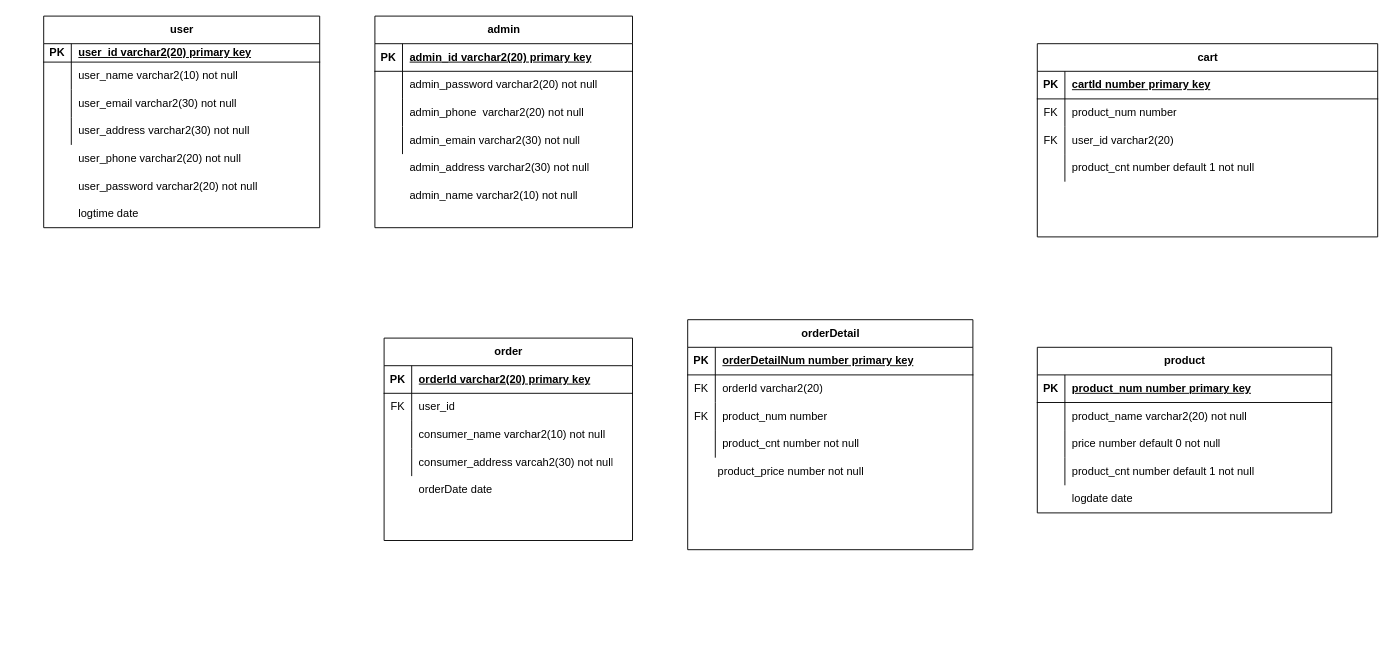
jjh319/Homework keeps this draw.io diagram as 제목 없는 다이어그램.drawio. Above is the earlier version. Source tidied: cells renumbered, new cells numbered last; positions are measured from the earlier drawing's top-left corner, leaving out a move shared by most shapes. Both pictures are drawn from the tidied source at 92%, with x=0, y=0 at pixel (43, 16).
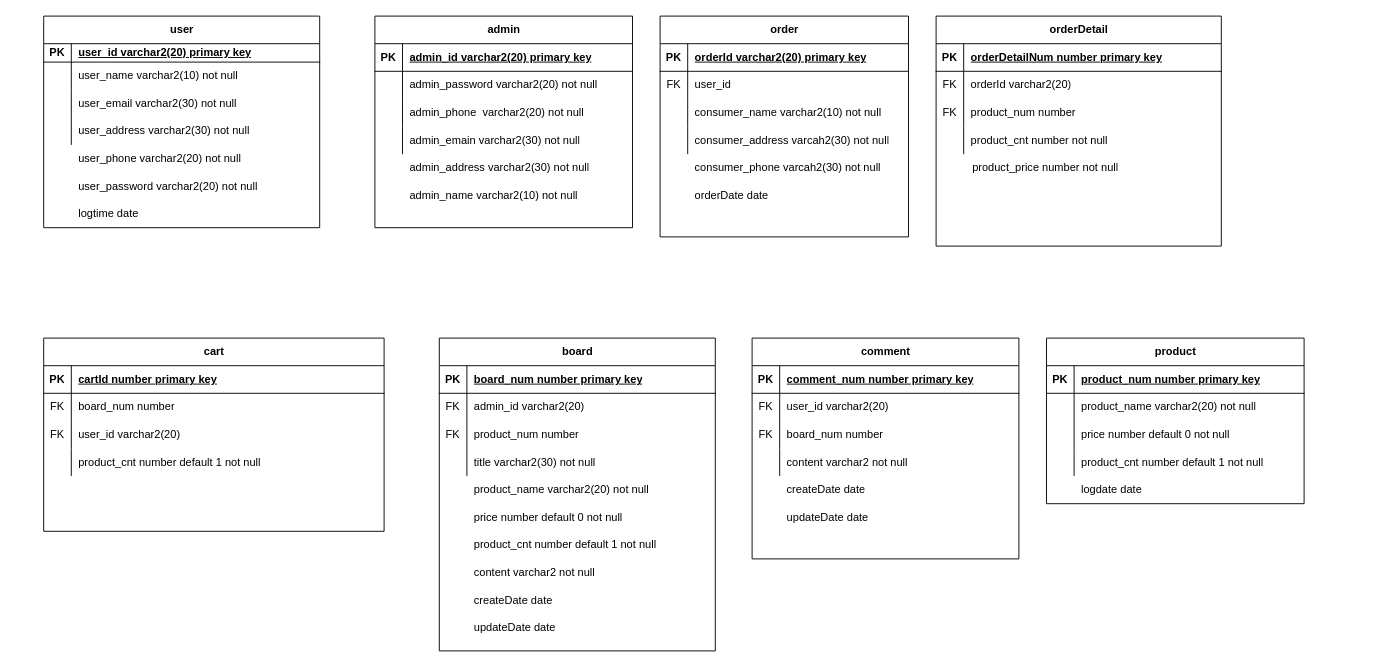
The same page after the edit.

Commit message (it also covers changes not shown here):
테이블 설계

Unchanged cells that the change refers to:
```xml
<mxCell id="36" style="shape=tableRow;horizontal=0;startSize=0;swimlaneHead=0;swimlaneBody=0;fillColor=none;top=0;left=0;right=0;bottom=0;" parent="32" vertex="1">
  <mxGeometry y="60" width="370" height="30" as="geometry" />
</mxCell>
```

What changed in the source:
```diff
@@
     <mxCell id="2" value="product" style="shape=table;startSize=30;childLayout=tableLayout;rowLines=0;fontStyle=1;align=center;html=1;" parent="1" vertex="1">
-      <mxGeometry x="1080" y="360" width="320" height="180" as="geometry" />
+      <mxGeometry x="1090" y="350" width="280" height="180" as="geometry" />
     </mxCell>
     <mxCell id="3" style="shape=tableRow;horizontal=0;startSize=0;swimlaneHead=0;swimlaneBody=0;fillColor=none;top=0;left=0;right=0;bottom=1;" parent="2" vertex="1">
-      <mxGeometry y="30" width="320" height="30" as="geometry" />
+      <mxGeometry y="30" width="280" height="30" as="geometry" />
     </mxCell>
@@
     <mxCell id="5" value="product_num number primary key" style="shape=partialRectangle;fillColor=none;top=0;left=0;bottom=0;right=0;align=left;spacingLeft=6;fontStyle=5;overflow=hidden;whiteSpace=wrap;html=1;" parent="3" vertex="1">
-      <mxGeometry x="30" width="290" height="30" as="geometry" />
+      <mxGeometry x="30" width="250" height="30" as="geometry" />
     </mxCell>
     <mxCell id="6" style="shape=tableRow;horizontal=0;startSize=0;swimlaneHead=0;swimlaneBody=0;fillColor=none;top=0;left=0;right=0;bottom=0;" parent="2" vertex="1">
-      <mxGeometry y="60" width="320" height="30" as="geometry" />
+      <mxGeometry y="60" width="280" height="30" as="geometry" />
     </mxCell>
@@
     <mxCell id="8" value="product_name varchar2(20) not null" style="shape=partialRectangle;fillColor=none;top=0;left=0;bottom=0;right=0;align=left;spacingLeft=6;overflow=hidden;whiteSpace=wrap;html=1;" parent="6" vertex="1">
-      <mxGeometry x="30" width="290" height="30" as="geometry" />
+      <mxGeometry x="30" width="250" height="30" as="geometry" />
     </mxCell>
     <mxCell id="9" style="shape=tableRow;horizontal=0;startSize=0;swimlaneHead=0;swimlaneBody=0;fillColor=none;top=0;left=0;right=0;bottom=0;" parent="2" vertex="1">
-      <mxGeometry y="90" width="320" height="30" as="geometry" />
+      <mxGeometry y="90" width="280" height="30" as="geometry" />
     </mxCell>
@@
     <mxCell id="11" value="price number default 0 not null" style="shape=partialRectangle;fillColor=none;top=0;left=0;bottom=0;right=0;align=left;spacingLeft=6;overflow=hidden;whiteSpace=wrap;html=1;" parent="9" vertex="1">
-      <mxGeometry x="30" width="290" height="30" as="geometry" />
+      <mxGeometry x="30" width="250" height="30" as="geometry" />
     </mxCell>
     <mxCell id="12" style="shape=tableRow;horizontal=0;startSize=0;swimlaneHead=0;swimlaneBody=0;fillColor=none;top=0;left=0;right=0;bottom=0;" parent="2" vertex="1">
-      <mxGeometry y="120" width="320" height="30" as="geometry" />
+      <mxGeometry y="120" width="280" height="30" as="geometry" />
     </mxCell>
@@
     <mxCell id="14" value="product_cnt number default 1 not null" style="shape=partialRectangle;fillColor=none;top=0;left=0;bottom=0;right=0;align=left;spacingLeft=6;overflow=hidden;whiteSpace=wrap;html=1;" parent="12" vertex="1">
-      <mxGeometry x="30" width="290" height="30" as="geometry" />
+      <mxGeometry x="30" width="250" height="30" as="geometry" />
     </mxCell>
@@
-    <mxCell id="28" style="shape=tableRow;horizontal=0;startSize=0;swimlaneHead=0;swimlaneBody=0;fillColor=none;top=0;left=0;right=0;bottom=0;" parent="1" vertex="1">
-      <mxGeometry x="50" y="310" width="300" height="30" as="geometry" />
-    </mxCell>
-    <mxCell id="29" style="shape=partialRectangle;fillColor=none;top=0;left=0;bottom=0;right=0;overflow=hidden;whiteSpace=wrap;html=1;" parent="28" vertex="1">
-      <mxGeometry y="-70" width="30" height="30" as="geometry" />
-    </mxCell>
     <mxCell id="30" style="shape=tableRow;horizontal=0;startSize=0;swimlaneHead=0;swimlaneBody=0;fillColor=none;top=0;left=0;right=0;bottom=0;" parent="1" vertex="1">
-      <mxGeometry x="50" y="340" width="300" height="30" as="geometry" />
+      <mxGeometry x="-30" y="370" width="300" height="30" as="geometry" />
     </mxCell>
@@
     <mxCell id="32" value="cart" style="shape=table;startSize=30;childLayout=tableLayout;rowLines=0;fontStyle=1;align=center;html=1;" parent="1" vertex="1">
-      <mxGeometry x="1080" y="30" width="370" height="210" as="geometry" />
+      <mxGeometry y="350" width="370" height="210" as="geometry" />
     </mxCell>
@@
-    <mxCell id="38" value="product_num number" style="shape=partialRectangle;fillColor=none;top=0;left=0;bottom=0;right=0;align=left;spacingLeft=6;overflow=hidden;whiteSpace=wrap;html=1;" parent="36" vertex="1">
+    <mxCell id="38" value="board_num number" style="shape=partialRectangle;fillColor=none;top=0;left=0;bottom=0;right=0;align=left;spacingLeft=6;overflow=hidden;whiteSpace=wrap;html=1;" parent="36" vertex="1">
       <mxGeometry x="30" width="340" height="30" as="geometry" />
     </mxCell>
@@
     <mxCell id="45" value="logdate date" style="shape=partialRectangle;fillColor=none;top=0;left=0;bottom=0;right=0;align=left;spacingLeft=6;overflow=hidden;whiteSpace=wrap;html=1;" parent="1" vertex="1">
-      <mxGeometry x="1110" y="510" width="290" height="30" as="geometry" />
+      <mxGeometry x="1120" y="500" width="290" height="30" as="geometry" />
     </mxCell>
     <mxCell id="46" value="orderDetail" style="shape=table;startSize=30;childLayout=tableLayout;rowLines=0;fontStyle=1;align=center;html=1;" parent="1" vertex="1">
-      <mxGeometry x="700" y="330" width="310" height="250" as="geometry" />
+      <mxGeometry x="970" width="310" height="250" as="geometry" />
     </mxCell>
@@
     <mxCell id="59" style="shape=tableRow;horizontal=0;startSize=0;swimlaneHead=0;swimlaneBody=0;fillColor=none;top=0;left=0;right=0;bottom=0;" parent="1" vertex="1">
-      <mxGeometry x="710" y="490" width="310" height="30" as="geometry" />
+      <mxGeometry x="980" y="160" width="310" height="30" as="geometry" />
     </mxCell>
@@
-    <mxCell id="61" value="product_price number not null" style="shape=partialRectangle;fillColor=none;top=0;left=0;bottom=0;right=0;align=left;spacingLeft=6;overflow=hidden;whiteSpace=wrap;html=1;" parent="59" vertex="1">
-      <mxGeometry x="15" y="-10" width="280" height="30" as="geometry" />
-    </mxCell>
@@
     <mxCell id="64" value="order" style="shape=table;startSize=30;childLayout=tableLayout;rowLines=0;fontStyle=1;align=center;html=1;" parent="1" vertex="1">
-      <mxGeometry x="370" y="350" width="270" height="220" as="geometry" />
+      <mxGeometry x="670" width="270" height="240" as="geometry" />
     </mxCell>
@@
     <mxCell id="77" value="orderDate date" style="shape=partialRectangle;fillColor=none;top=0;left=0;bottom=0;right=0;align=left;spacingLeft=6;overflow=hidden;whiteSpace=wrap;html=1;" parent="1" vertex="1">
-      <mxGeometry x="400" y="500" width="240" height="30" as="geometry" />
+      <mxGeometry x="700" y="180" width="240" height="30" as="geometry" />
     </mxCell>
@@
+    <mxCell id="94" value="consumer_phone varcah2(30) not null" style="shape=partialRectangle;fillColor=none;top=0;left=0;bottom=0;right=0;align=left;spacingLeft=6;overflow=hidden;whiteSpace=wrap;html=1;" parent="1" vertex="1">
+      <mxGeometry x="700" y="150" width="240" height="30" as="geometry" />
+    </mxCell>
+    <mxCell id="61" value="&amp;nbsp; product_price number not null" style="shape=partialRectangle;fillColor=none;top=0;left=0;bottom=0;right=0;align=left;spacingLeft=6;overflow=hidden;whiteSpace=wrap;html=1;" parent="1" vertex="1">
+      <mxGeometry x="995" y="150" width="280" height="30" as="geometry" />
+    </mxCell>
+    <mxCell id="95" value="board" style="shape=table;startSize=30;childLayout=tableLayout;rowLines=0;fontStyle=1;align=center;html=1;" parent="1" vertex="1">
+      <mxGeometry x="430" y="350" width="300" height="340" as="geometry" />
+    </mxCell>
+    <mxCell id="96" style="shape=tableRow;horizontal=0;startSize=0;swimlaneHead=0;swimlaneBody=0;fillColor=none;top=0;left=0;right=0;bottom=1;" parent="95" vertex="1">
+      <mxGeometry y="30" width="300" height="30" as="geometry" />
+    </mxCell>
+    <mxCell id="97" value="PK" style="shape=partialRectangle;fillColor=none;top=0;left=0;bottom=0;right=0;fontStyle=1;overflow=hidden;whiteSpace=wrap;html=1;" parent="96" vertex="1">
+      <mxGeometry width="30" height="30" as="geometry" />
+    </mxCell>
+    <mxCell id="98" value="board_num number primary key" style="shape=partialRectangle;fillColor=none;top=0;left=0;bottom=0;right=0;align=left;spacingLeft=6;fontStyle=5;overflow=hidden;whiteSpace=wrap;html=1;" parent="96" vertex="1">
+      <mxGeometry x="30" width="270" height="30" as="geometry" />
+    </mxCell>
+    <mxCell id="99" style="shape=tableRow;horizontal=0;startSize=0;swimlaneHead=0;swimlaneBody=0;fillColor=none;top=0;left=0;right=0;bottom=0;" parent="95" vertex="1">
+      <mxGeometry y="60" width="300" height="30" as="geometry" />
+    </mxCell>
+    <mxCell id="100" value="FK" style="shape=partialRectangle;fillColor=none;top=0;left=0;bottom=0;right=0;overflow=hidden;whiteSpace=wrap;html=1;" parent="99" vertex="1">
+      <mxGeometry width="30" height="30" as="geometry" />
+    </mxCell>
+    <mxCell id="101" value="admin_id varchar2(20)" style="shape=partialRectangle;fillColor=none;top=0;left=0;bottom=0;right=0;align=left;spacingLeft=6;overflow=hidden;whiteSpace=wrap;html=1;" parent="99" vertex="1">
+      <mxGeometry x="30" width="270" height="30" as="geometry" />
+    </mxCell>
+    <mxCell id="102" style="shape=tableRow;horizontal=0;startSize=0;swimlaneHead=0;swimlaneBody=0;fillColor=none;top=0;left=0;right=0;bottom=0;" parent="95" vertex="1">
+      <mxGeometry y="90" width="300" height="30" as="geometry" />
+    </mxCell>
+    <mxCell id="103" value="FK" style="shape=partialRectangle;fillColor=none;top=0;left=0;bottom=0;right=0;overflow=hidden;whiteSpace=wrap;html=1;" parent="102" vertex="1">
+      <mxGeometry width="30" height="30" as="geometry" />
+    </mxCell>
+    <mxCell id="104" value="product_num number" style="shape=partialRectangle;fillColor=none;top=0;left=0;bottom=0;right=0;align=left;spacingLeft=6;overflow=hidden;whiteSpace=wrap;html=1;" parent="102" vertex="1">
+      <mxGeometry x="30" width="270" height="30" as="geometry" />
+    </mxCell>
+    <mxCell id="105" style="shape=tableRow;horizontal=0;startSize=0;swimlaneHead=0;swimlaneBody=0;fillColor=none;top=0;left=0;right=0;bottom=0;" parent="95" vertex="1">
+      <mxGeometry y="120" width="300" height="30" as="geometry" />
+    </mxCell>
+    <mxCell id="106" style="shape=partialRectangle;fillColor=none;top=0;left=0;bottom=0;right=0;overflow=hidden;whiteSpace=wrap;html=1;" parent="105" vertex="1">
+      <mxGeometry width="30" height="30" as="geometry" />
+    </mxCell>
+    <mxCell id="107" value="title varchar2(30) not null" style="shape=partialRectangle;fillColor=none;top=0;left=0;bottom=0;right=0;align=left;spacingLeft=6;overflow=hidden;whiteSpace=wrap;html=1;" parent="105" vertex="1">
+      <mxGeometry x="30" width="270" height="30" as="geometry" />
+    </mxCell>
+    <mxCell id="108" value="content varchar2 not null" style="shape=partialRectangle;fillColor=none;top=0;left=0;bottom=0;right=0;align=left;spacingLeft=6;overflow=hidden;whiteSpace=wrap;html=1;" parent="1" vertex="1">
+      <mxGeometry x="460" y="590" width="270" height="30" as="geometry" />
+    </mxCell>
+    <mxCell id="109" value="createDate date" style="shape=partialRectangle;fillColor=none;top=0;left=0;bottom=0;right=0;align=left;spacingLeft=6;overflow=hidden;whiteSpace=wrap;html=1;" parent="1" vertex="1">
+      <mxGeometry x="460" y="620" width="270" height="30" as="geometry" />
+    </mxCell>
+    <mxCell id="110" value="updateDate date" style="shape=partialRectangle;fillColor=none;top=0;left=0;bottom=0;right=0;align=left;spacingLeft=6;overflow=hidden;whiteSpace=wrap;html=1;" parent="1" vertex="1">
+      <mxGeometry x="460" y="650" width="270" height="30" as="geometry" />
+    </mxCell>
+    <mxCell id="111" value="comment" style="shape=table;startSize=30;childLayout=tableLayout;rowLines=0;fontStyle=1;align=center;html=1;" parent="1" vertex="1">
+      <mxGeometry x="770" y="350" width="290" height="240" as="geometry" />
+    </mxCell>
+    <mxCell id="112" style="shape=tableRow;horizontal=0;startSize=0;swimlaneHead=0;swimlaneBody=0;fillColor=none;top=0;left=0;right=0;bottom=1;" parent="111" vertex="1">
+      <mxGeometry y="30" width="290" height="30" as="geometry" />
+    </mxCell>
+    <mxCell id="113" value="PK" style="shape=partialRectangle;fillColor=none;top=0;left=0;bottom=0;right=0;fontStyle=1;overflow=hidden;whiteSpace=wrap;html=1;" parent="112" vertex="1">
+      <mxGeometry width="30" height="30" as="geometry" />
+    </mxCell>
+    <mxCell id="114" value="comment_num number primary key" style="shape=partialRectangle;fillColor=none;top=0;left=0;bottom=0;right=0;align=left;spacingLeft=6;fontStyle=5;overflow=hidden;whiteSpace=wrap;html=1;" parent="112" vertex="1">
+      <mxGeometry x="30" width="260" height="30" as="geometry" />
+    </mxCell>
+    <mxCell id="115" style="shape=tableRow;horizontal=0;startSize=0;swimlaneHead=0;swimlaneBody=0;fillColor=none;top=0;left=0;right=0;bottom=0;" parent="111" vertex="1">
+      <mxGeometry y="60" width="290" height="30" as="geometry" />
+    </mxCell>
+    <mxCell id="116" value="FK" style="shape=partialRectangle;fillColor=none;top=0;left=0;bottom=0;right=0;overflow=hidden;whiteSpace=wrap;html=1;" parent="115" vertex="1">
+      <mxGeometry width="30" height="30" as="geometry" />
+    </mxCell>
+    <mxCell id="117" value="user_id varchar2(20)" style="shape=partialRectangle;fillColor=none;top=0;left=0;bottom=0;right=0;align=left;spacingLeft=6;overflow=hidden;whiteSpace=wrap;html=1;" parent="115" vertex="1">
+      <mxGeometry x="30" width="260" height="30" as="geometry" />
+    </mxCell>
+    <mxCell id="118" style="shape=tableRow;horizontal=0;startSize=0;swimlaneHead=0;swimlaneBody=0;fillColor=none;top=0;left=0;right=0;bottom=0;" parent="111" vertex="1">
+      <mxGeometry y="90" width="290" height="30" as="geometry" />
+    </mxCell>
+    <mxCell id="119" value="FK" style="shape=partialRectangle;fillColor=none;top=0;left=0;bottom=0;right=0;overflow=hidden;whiteSpace=wrap;html=1;" parent="118" vertex="1">
+      <mxGeometry width="30" height="30" as="geometry" />
+    </mxCell>
+    <mxCell id="120" value="board_num number" style="shape=partialRectangle;fillColor=none;top=0;left=0;bottom=0;right=0;align=left;spacingLeft=6;overflow=hidden;whiteSpace=wrap;html=1;" parent="118" vertex="1">
+      <mxGeometry x="30" width="260" height="30" as="geometry" />
+    </mxCell>
+    <mxCell id="121" style="shape=tableRow;horizontal=0;startSize=0;swimlaneHead=0;swimlaneBody=0;fillColor=none;top=0;left=0;right=0;bottom=0;" parent="111" vertex="1">
+      <mxGeometry y="120" width="290" height="30" as="geometry" />
+    </mxCell>
+    <mxCell id="122" style="shape=partialRectangle;fillColor=none;top=0;left=0;bottom=0;right=0;overflow=hidden;whiteSpace=wrap;html=1;" parent="121" vertex="1">
+      <mxGeometry width="30" height="30" as="geometry" />
+    </mxCell>
+    <mxCell id="123" value="content varchar2 not null" style="shape=partialRectangle;fillColor=none;top=0;left=0;bottom=0;right=0;align=left;spacingLeft=6;overflow=hidden;whiteSpace=wrap;html=1;" parent="121" vertex="1">
+      <mxGeometry x="30" width="260" height="30" as="geometry" />
+    </mxCell>
+    <mxCell id="124" value="createDate date" style="shape=partialRectangle;fillColor=none;top=0;left=0;bottom=0;right=0;align=left;spacingLeft=6;overflow=hidden;whiteSpace=wrap;html=1;" parent="1" vertex="1">
+      <mxGeometry x="800" y="500" width="270" height="30" as="geometry" />
+    </mxCell>
+    <mxCell id="125" value="updateDate date" style="shape=partialRectangle;fillColor=none;top=0;left=0;bottom=0;right=0;align=left;spacingLeft=6;overflow=hidden;whiteSpace=wrap;html=1;" parent="1" vertex="1">
+      <mxGeometry x="800" y="530" width="270" height="30" as="geometry" />
+    </mxCell>
+    <mxCell id="126" value="product_name varchar2(20) not null" style="shape=partialRectangle;fillColor=none;top=0;left=0;bottom=0;right=0;align=left;spacingLeft=6;overflow=hidden;whiteSpace=wrap;html=1;" parent="1" vertex="1">
+      <mxGeometry x="460" y="500" width="250" height="30" as="geometry" />
+    </mxCell>
+    <mxCell id="127" value="price number default 0 not null" style="shape=partialRectangle;fillColor=none;top=0;left=0;bottom=0;right=0;align=left;spacingLeft=6;overflow=hidden;whiteSpace=wrap;html=1;" parent="1" vertex="1">
+      <mxGeometry x="460" y="530" width="250" height="30" as="geometry" />
+    </mxCell>
+    <mxCell id="128" value="product_cnt number default 1 not null" style="shape=partialRectangle;fillColor=none;top=0;left=0;bottom=0;right=0;align=left;spacingLeft=6;overflow=hidden;whiteSpace=wrap;html=1;" parent="1" vertex="1">
+      <mxGeometry x="460" y="560" width="250" height="30" as="geometry" />
+    </mxCell>
```
